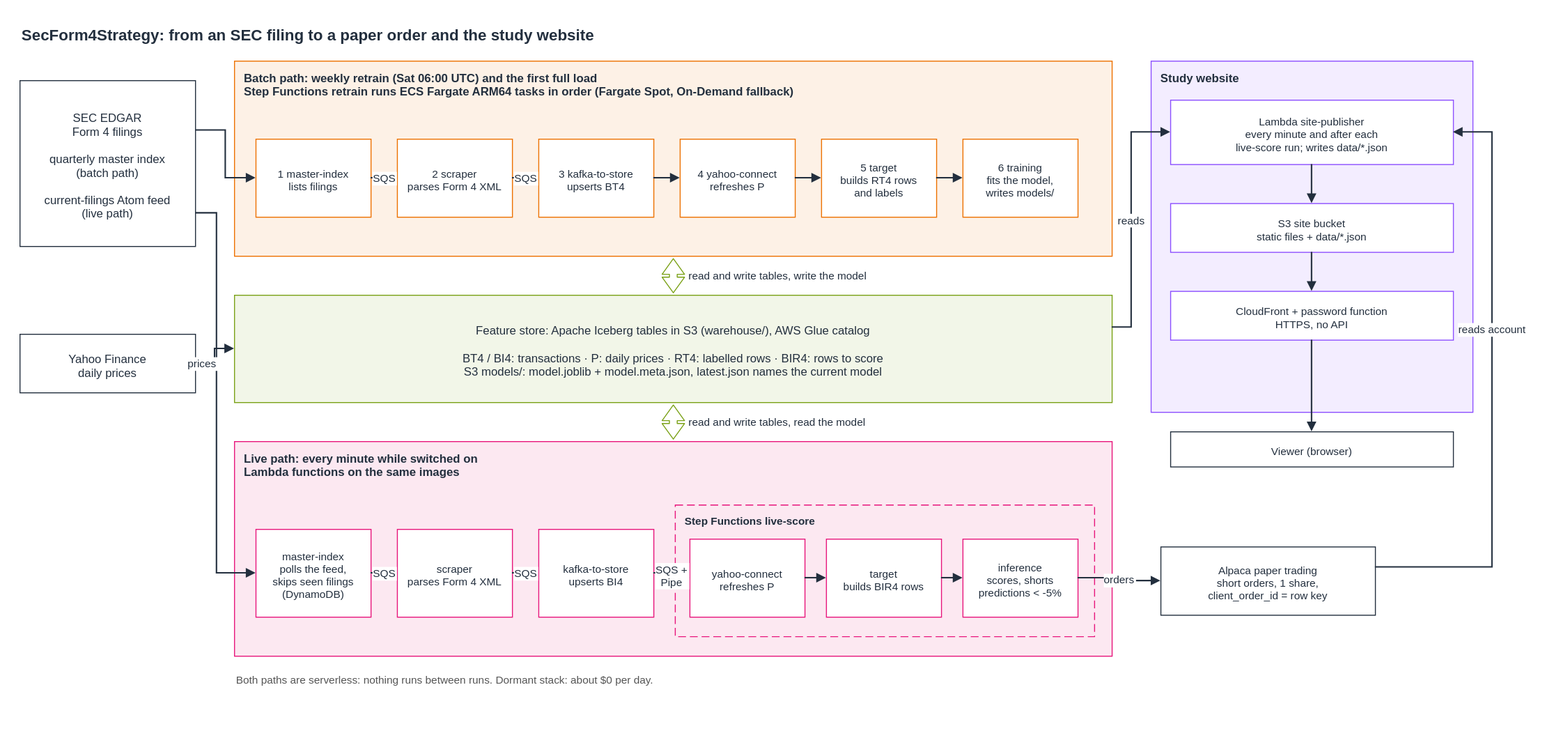
Above: docs/report/diagrams/data-flow.drawio.svg in josemita87/SecForm4Strategy (draw.io), before the change. Source tidied: cells renumbered, new cells last; positions are measured from the earlier drawing's top-left corner, leaving out a move shared by most shapes.
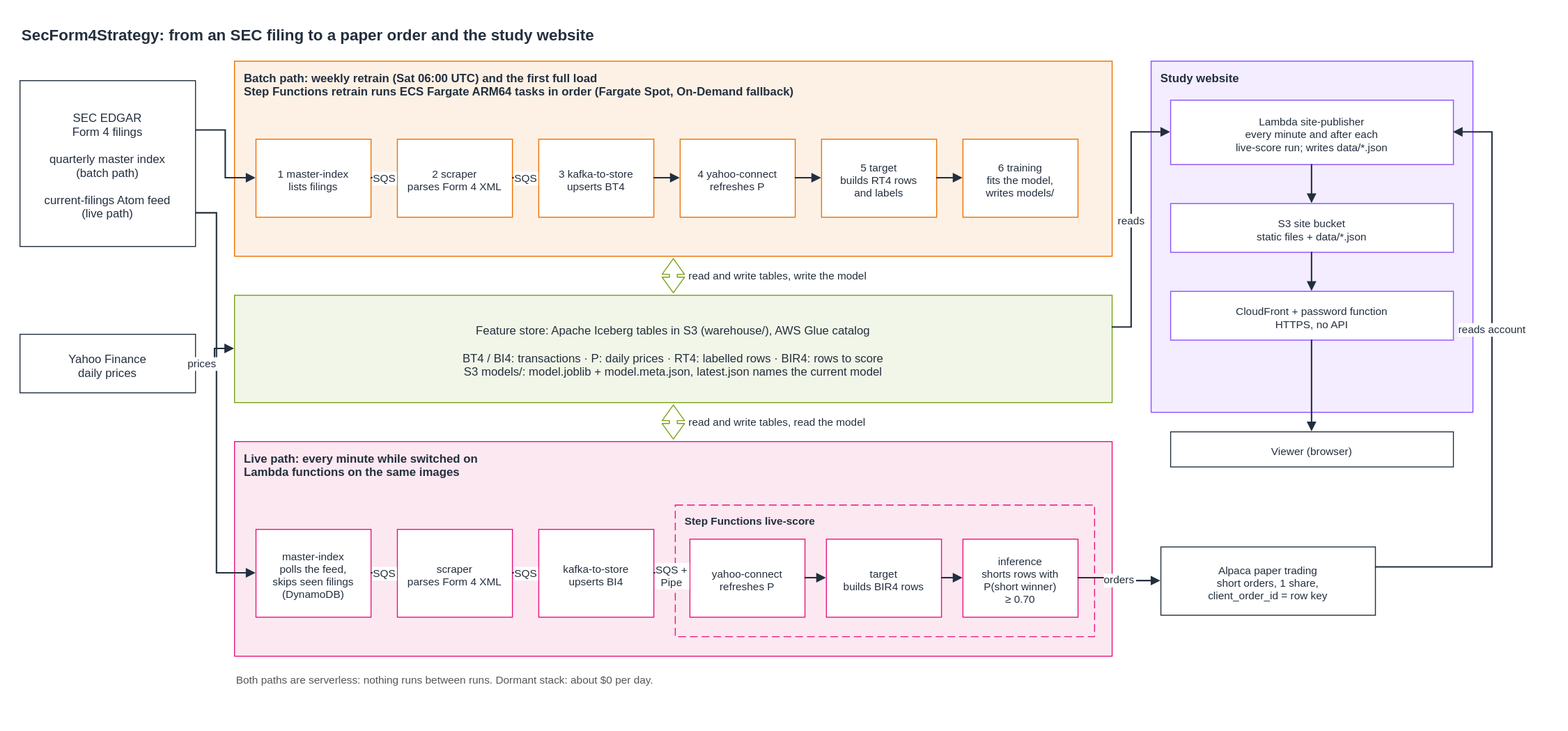
The same file after the commit.

What changed in the source:
```diff
@@ -77,7 +77,7 @@
     <mxCell id="26" value="target&#10;builds BIR4 rows" style="rounded=0;arcSize=6;html=0;fillColor=#FFFFFF;strokeColor=#E7157B;fontColor=#232F3E;fontSize=11;fontStyle=0;verticalAlign=middle;align=center;spacingLeft=8;spacingTop=4;spacingRight=8;" parent="1" vertex="1">
       <mxGeometry x="827" y="532" width="118" height="80" as="geometry" />
     </mxCell>
-    <mxCell id="27" value="inference&#10;scores, shorts&#10;predictions &lt; -5%" style="rounded=0;arcSize=6;html=0;fillColor=#FFFFFF;strokeColor=#E7157B;fontColor=#232F3E;fontSize=11;fontStyle=0;verticalAlign=middle;align=center;spacingLeft=8;spacingTop=4;spacingRight=8;" parent="1" vertex="1">
+    <mxCell id="27" value="inference&#10;shorts rows with&#10;P(short winner)&#10;≥ 0.70" style="rounded=0;arcSize=6;html=0;fillColor=#FFFFFF;strokeColor=#E7157B;fontColor=#232F3E;fontSize=11;fontStyle=0;verticalAlign=middle;align=center;spacingLeft=8;spacingTop=4;spacingRight=8;" parent="1" vertex="1">
       <mxGeometry x="967" y="532" width="118" height="80" as="geometry" />
     </mxCell>
     <mxCell id="28" value="SQS +&#10;Pipe" style="edgeStyle=orthogonalEdgeStyle;rounded=0;html=0;endArrow=block;endFill=1;strokeWidth=1.5;strokeColor=#232F3E;fontColor=#232F3E;fontSize=11;labelBackgroundColor=#ffffff;exitX=1;exitY=0.5;exitDx=0;exitDy=0;entryX=0;entryY=0.5;entryDx=0;entryDy=0;" parent="1" edge="1" source="21" target="25">
```
